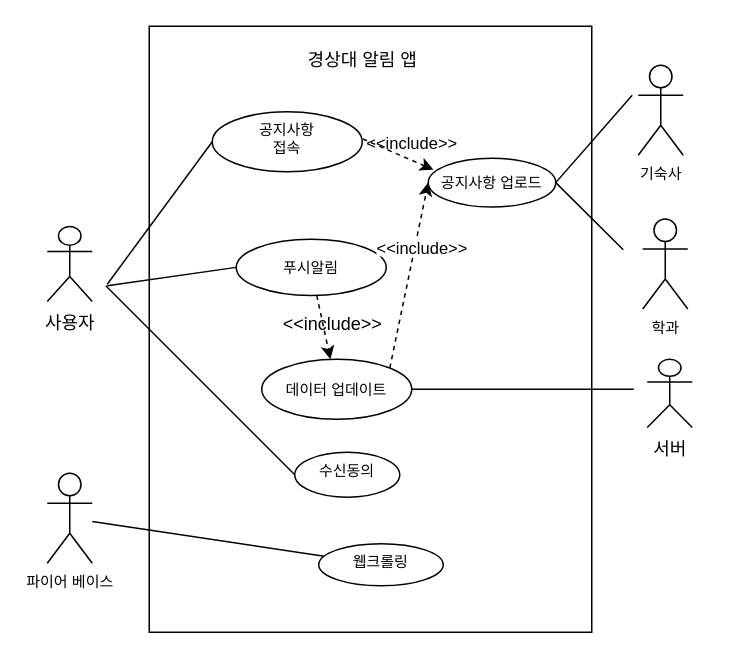
seongjin17/test keeps this draw.io diagram as Untitled Diagram.drawio. Above is the earlier version. Source tidied: cells renumbered, new cells numbered last; positions are measured from the earlier drawing's top-left corner, leaving out a move shared by most shapes. Both pictures are drawn from the tidied source at 150%, with x=0, y=0 at pixel (46, 26).
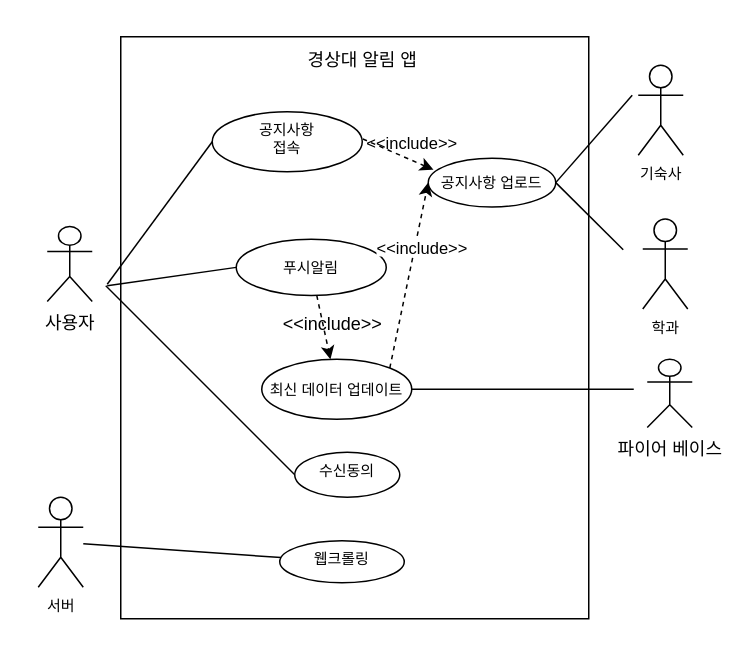
The same diagram, later.

Change to the diagram source:
```diff
@@
-    <mxCell id="10" value="데이터 업데이트" style="ellipse;whiteSpace=wrap;html=1;rounded=0;sketch=0;fontSize=10;" parent="1" vertex="1">
+    <mxCell id="10" value="최신 데이터 업데이트" style="ellipse;whiteSpace=wrap;html=1;rounded=0;sketch=0;fontSize=10;" parent="1" vertex="1">
       <mxGeometry x="143" y="222" width="100" height="40" as="geometry" />
     </mxCell>
-    <mxCell id="11" value="서버" style="shape=umlActor;verticalLabelPosition=bottom;verticalAlign=top;html=1;rounded=0;sketch=0;" parent="1" vertex="1">
+    <mxCell id="11" value="파이어 베이스" style="shape=umlActor;verticalLabelPosition=bottom;verticalAlign=top;html=1;rounded=0;sketch=0;" parent="1" vertex="1">
       <mxGeometry x="400" y="222" width="30" height="45.5" as="geometry" />
     </mxCell>
@@
-    <mxCell id="22" value="파이어 베이스" style="shape=umlActor;verticalLabelPosition=bottom;verticalAlign=top;html=1;outlineConnect=0;fontSize=10;fillColor=none;" parent="1" vertex="1">
-      <mxGeometry y="298" width="30" height="60" as="geometry" />
+    <mxCell id="22" value="서버" style="shape=umlActor;verticalLabelPosition=bottom;verticalAlign=top;html=1;outlineConnect=0;fontSize=10;fillColor=none;" parent="1" vertex="1">
+      <mxGeometry x="-6" y="314" width="30" height="60" as="geometry" />
     </mxCell>
@@
     <mxCell id="25" value="웹크롤링" style="ellipse;whiteSpace=wrap;html=1;fontSize=10;verticalAlign=top;fillColor=none;" parent="1" vertex="1">
-      <mxGeometry x="181" y="345" width="83" height="28" as="geometry" />
+      <mxGeometry x="155" y="343" width="83" height="28" as="geometry" />
     </mxCell>
@@
-    <mxCell id="27" style="rounded=0;whiteSpace=wrap;html=1;fontSize=11;fillColor=none;" parent="1" vertex="1">
-      <mxGeometry x="68" width="295" height="404" as="geometry" />
-    </mxCell>
+    <mxCell id="28" style="rounded=0;whiteSpace=wrap;html=1;fillColor=none;" parent="1" vertex="1">
+      <mxGeometry x="49" y="7" width="312" height="388" as="geometry" />
+    </mxCell>
```
